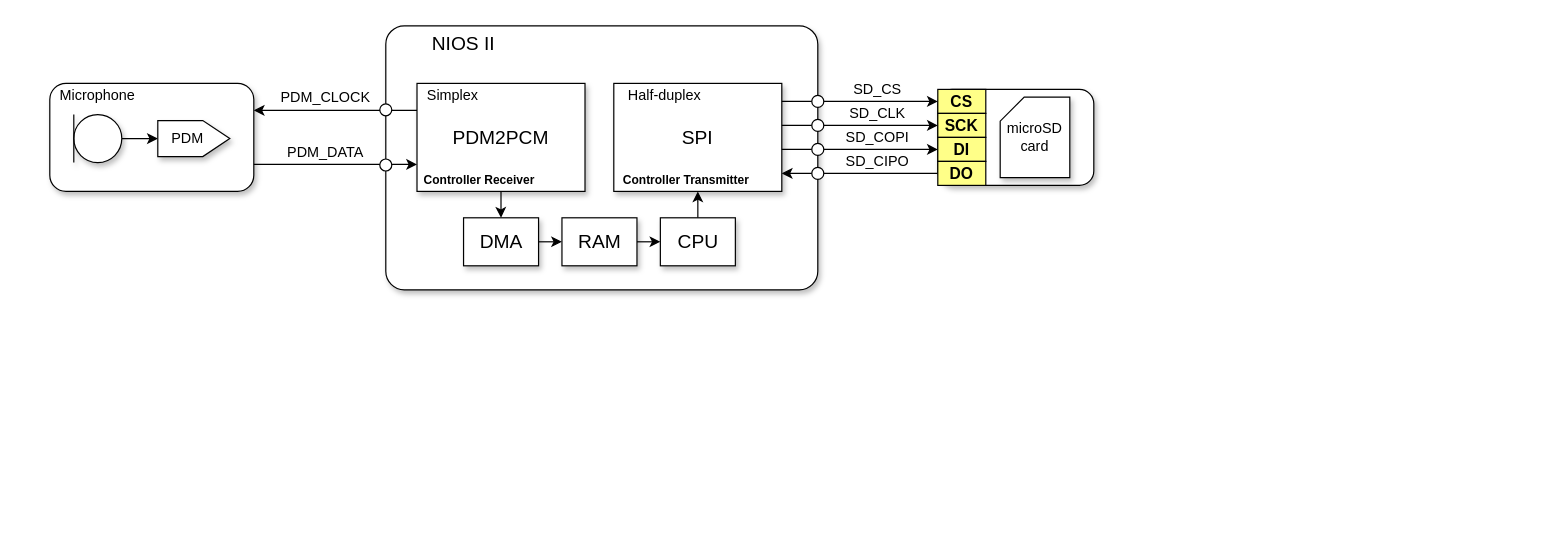
The draw.io diagram page "Sys" (2 of 7) of docs/system.drawio in Lwao/HDL4PDM2PCM, before the edit. Source tidied: cells renumbered, new cells numbered last; positions are measured from the earlier drawing's top-left corner, leaving out a move shared by most shapes. Both pictures are drawn from the tidied source at 120%, with x=0, y=0 at pixel (49, 25).
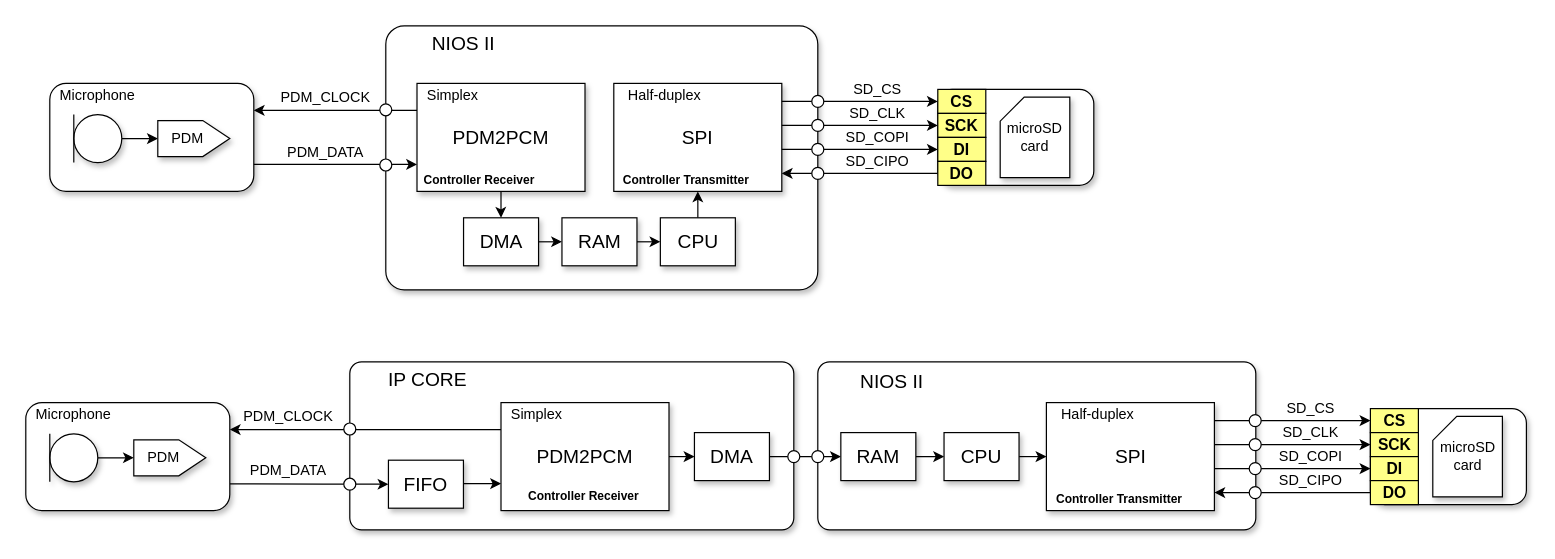
Above is the later version.

The edit, as a diff of the source:
```diff
@@
+    <mxCell id="46" style="rounded=1;arcSize=7;shadow=1;labelPosition=center;verticalLabelPosition=middle;align=center;verticalAlign=middle;html=1;whiteSpace=wrap;" parent="1" vertex="1">
+      <mxGeometry x="250" y="280" width="370" height="140" as="geometry" />
+    </mxCell>
@@
+    <mxCell id="47" value="&lt;font style=&quot;font-size: 16px&quot;&gt;IP CORE&lt;/font&gt;" style="text;html=1;strokeColor=none;fillColor=none;align=center;verticalAlign=middle;whiteSpace=wrap;rounded=0;shadow=1;" parent="1" vertex="1">
+      <mxGeometry x="270" y="285" width="90" height="20" as="geometry" />
+    </mxCell>
+    <mxCell id="48" style="edgeStyle=orthogonalEdgeStyle;rounded=0;jettySize=auto;html=1;exitX=0;exitY=0.25;exitDx=0;exitDy=0;startArrow=none;startFill=0;endArrow=classic;endFill=1;" parent="1" edge="1" source="52">
+      <mxGeometry relative="1" as="geometry">
+        <mxPoint x="150" y="336.5" as="targetPoint" />
+      </mxGeometry>
+    </mxCell>
+    <mxCell id="49" style="edgeStyle=orthogonalEdgeStyle;rounded=0;jettySize=auto;html=1;exitX=0;exitY=0.5;exitDx=0;exitDy=0;startArrow=classic;startFill=1;endArrow=none;endFill=0;" parent="1" edge="1" source="89">
+      <mxGeometry relative="1" as="geometry">
+        <mxPoint x="150" y="381.7" as="targetPoint" />
+        <Array as="points">
+          <mxPoint x="228" y="382" />
+        </Array>
+      </mxGeometry>
+    </mxCell>
+    <mxCell id="50" style="edgeStyle=orthogonalEdgeStyle;rounded=0;jettySize=auto;html=1;exitX=1;exitY=0.5;exitDx=0;exitDy=0;entryX=0;entryY=0.5;entryDx=0;entryDy=0;startArrow=none;startFill=0;endArrow=classic;endFill=1;" parent="1" edge="1" source="52" target="88">
+      <mxGeometry relative="1" as="geometry" />
+    </mxCell>
+    <mxCell id="51" style="edgeStyle=orthogonalEdgeStyle;rounded=0;jettySize=auto;html=1;exitX=0;exitY=0.75;exitDx=0;exitDy=0;startArrow=classic;startFill=1;endArrow=none;endFill=0;" parent="1" edge="1" source="52" target="89">
+      <mxGeometry relative="1" as="geometry">
+        <Array as="points">
+          <mxPoint x="370" y="382" />
+          <mxPoint x="370" y="382" />
+        </Array>
+      </mxGeometry>
+    </mxCell>
+    <mxCell id="52" value="&lt;span style=&quot;font-size: 16px&quot;&gt;PDM2PCM&lt;/span&gt;" style="rounded=1;whiteSpace=wrap;html=1;shadow=1;labelPosition=center;verticalLabelPosition=middle;align=center;verticalAlign=middle;arcSize=0;" parent="1" vertex="1">
+      <mxGeometry x="376" y="314" width="140" height="90" as="geometry" />
+    </mxCell>
+    <mxCell id="53" value="Simplex" style="text;html=1;strokeColor=none;fillColor=none;align=center;verticalAlign=middle;whiteSpace=wrap;rounded=0;shadow=1;" parent="1" vertex="1">
+      <mxGeometry x="376" y="314" width="60" height="20" as="geometry" />
+    </mxCell>
+    <mxCell id="54" value="&lt;b&gt;&lt;font style=&quot;font-size: 10px&quot;&gt;Controller Receiver&lt;/font&gt;&lt;/b&gt;" style="text;html=1;strokeColor=none;fillColor=none;align=left;verticalAlign=middle;whiteSpace=wrap;rounded=0;shadow=1;" parent="1" vertex="1">
+      <mxGeometry x="397.2" y="382" width="140" height="20" as="geometry" />
+    </mxCell>
+    <mxCell id="55" style="rounded=1;whiteSpace=wrap;html=1;shadow=1;labelPosition=center;verticalLabelPosition=top;align=left;verticalAlign=bottom;" parent="1" vertex="1">
+      <mxGeometry x="1100.5" y="319" width="130" height="80" as="geometry" />
+    </mxCell>
+    <mxCell id="56" style="rounded=1;arcSize=7;shadow=1;labelPosition=center;verticalLabelPosition=middle;align=center;verticalAlign=middle;html=1;whiteSpace=wrap;" parent="1" vertex="1">
+      <mxGeometry x="640" y="280" width="365" height="140" as="geometry" />
+    </mxCell>
+    <mxCell id="57" value="&lt;font style=&quot;font-size: 16px&quot;&gt;NIOS II&lt;/font&gt;" style="text;html=1;strokeColor=none;fillColor=none;align=center;verticalAlign=middle;whiteSpace=wrap;rounded=0;shadow=1;" parent="1" vertex="1">
+      <mxGeometry x="657.2" y="286" width="90" height="20" as="geometry" />
+    </mxCell>
+    <mxCell id="58" value="&lt;span style=&quot;font-size: 16px&quot;&gt;SPI&lt;/span&gt;" style="rounded=1;whiteSpace=wrap;html=1;shadow=1;labelPosition=center;verticalLabelPosition=middle;align=center;verticalAlign=middle;arcSize=0;" parent="1" vertex="1">
+      <mxGeometry x="830.5" y="314" width="140" height="90" as="geometry" />
+    </mxCell>
+    <mxCell id="59" value="Half-duplex" style="text;html=1;strokeColor=none;fillColor=none;align=center;verticalAlign=middle;whiteSpace=wrap;rounded=0;shadow=1;" parent="1" vertex="1">
+      <mxGeometry x="830.5" y="314" width="85" height="20" as="geometry" />
+    </mxCell>
+    <mxCell id="60" value="&lt;span style=&quot;font-size: 10px&quot;&gt;&lt;b&gt;Controller Transmitter&lt;/b&gt;&lt;/span&gt;" style="text;html=1;strokeColor=none;fillColor=none;align=left;verticalAlign=middle;whiteSpace=wrap;rounded=0;shadow=1;" parent="1" vertex="1">
+      <mxGeometry x="836.5" y="384" width="140" height="20" as="geometry" />
+    </mxCell>
+    <mxCell id="61" value="microSD card" style="shape=card;whiteSpace=wrap;html=1;size=20;shadow=1;" parent="1" vertex="1">
+      <mxGeometry x="1152.5" y="325.5" width="58" height="67" as="geometry" />
+    </mxCell>
+    <mxCell id="62" style="edgeStyle=orthogonalEdgeStyle;rounded=0;jettySize=auto;html=1;endArrow=none;endFill=0;startArrow=classic;startFill=1;" parent="1" edge="1" source="63">
+      <mxGeometry relative="1" as="geometry">
+        <mxPoint x="970.5" y="329" as="targetPoint" />
+      </mxGeometry>
+    </mxCell>
+    <mxCell id="63" value="&lt;b&gt;&lt;font style=&quot;font-size: 13px&quot;&gt;CS&lt;/font&gt;&lt;/b&gt;" style="rounded=0;whiteSpace=wrap;html=1;fillColor=#ffff88;direction=south;" parent="1" vertex="1">
+      <mxGeometry x="1100.5" y="319" width="40" height="20" as="geometry" />
+    </mxCell>
+    <mxCell id="64" style="edgeStyle=orthogonalEdgeStyle;rounded=0;jettySize=auto;html=1;exitX=0.5;exitY=1;exitDx=0;exitDy=0;endArrow=none;endFill=0;startArrow=classic;startFill=1;" parent="1" edge="1" source="65">
+      <mxGeometry relative="1" as="geometry">
+        <mxPoint x="970.5" y="349" as="targetPoint" />
+      </mxGeometry>
+    </mxCell>
+    <mxCell id="65" value="&lt;b&gt;&lt;font style=&quot;font-size: 13px&quot;&gt;SCK&lt;/font&gt;&lt;/b&gt;" style="rounded=0;whiteSpace=wrap;html=1;fillColor=#ffff88;direction=south;" parent="1" vertex="1">
+      <mxGeometry x="1100.5" y="339" width="40" height="20" as="geometry" />
+    </mxCell>
+    <mxCell id="66" style="edgeStyle=orthogonalEdgeStyle;rounded=0;jettySize=auto;html=1;endArrow=none;endFill=0;startArrow=classic;startFill=1;" parent="1" edge="1" source="67">
+      <mxGeometry relative="1" as="geometry">
+        <mxPoint x="970.5" y="369" as="targetPoint" />
+      </mxGeometry>
+    </mxCell>
+    <mxCell id="67" value="&lt;b&gt;&lt;font style=&quot;font-size: 13px&quot;&gt;DI&lt;/font&gt;&lt;/b&gt;" style="rounded=0;whiteSpace=wrap;html=1;fillColor=#ffff88;direction=south;" parent="1" vertex="1">
+      <mxGeometry x="1100.5" y="359" width="40" height="20" as="geometry" />
+    </mxCell>
+    <mxCell id="68" style="edgeStyle=orthogonalEdgeStyle;rounded=0;jettySize=auto;html=1;exitX=0.5;exitY=1;exitDx=0;exitDy=0;endArrow=classic;endFill=1;" parent="1" edge="1" source="69">
+      <mxGeometry relative="1" as="geometry">
+        <mxPoint x="970.5" y="389" as="targetPoint" />
+      </mxGeometry>
+    </mxCell>
+    <mxCell id="69" value="&lt;b&gt;&lt;font style=&quot;font-size: 13px&quot;&gt;DO&lt;/font&gt;&lt;/b&gt;" style="rounded=0;whiteSpace=wrap;html=1;fillColor=#ffff88;direction=south;" parent="1" vertex="1">
+      <mxGeometry x="1100.5" y="379" width="40" height="20" as="geometry" />
+    </mxCell>
+    <mxCell id="70" style="ellipse;whiteSpace=wrap;html=1;shadow=0;" parent="1" vertex="1">
+      <mxGeometry x="999.5" y="324" width="10" height="10" as="geometry" />
+    </mxCell>
+    <mxCell id="71" style="ellipse;whiteSpace=wrap;html=1;shadow=0;" parent="1" vertex="1">
+      <mxGeometry x="999.5" y="344" width="10" height="10" as="geometry" />
+    </mxCell>
+    <mxCell id="72" style="ellipse;whiteSpace=wrap;html=1;shadow=0;" parent="1" vertex="1">
+      <mxGeometry x="999.5" y="364" width="10" height="10" as="geometry" />
+    </mxCell>
+    <mxCell id="73" style="ellipse;whiteSpace=wrap;html=1;shadow=0;" parent="1" vertex="1">
+      <mxGeometry x="999.5" y="384" width="10" height="10" as="geometry" />
+    </mxCell>
+    <mxCell id="74" value="SD_CS" style="text;html=1;strokeColor=none;fillColor=none;align=center;verticalAlign=middle;whiteSpace=wrap;rounded=0;shadow=1;" parent="1" vertex="1">
+      <mxGeometry x="1010.5" y="309" width="80" height="20" as="geometry" />
+    </mxCell>
+    <mxCell id="75" value="SD_CLK" style="text;html=1;strokeColor=none;fillColor=none;align=center;verticalAlign=middle;whiteSpace=wrap;rounded=0;shadow=1;" parent="1" vertex="1">
+      <mxGeometry x="1010.5" y="329" width="80" height="20" as="geometry" />
+    </mxCell>
+    <mxCell id="76" value="SD_COPI" style="text;html=1;strokeColor=none;fillColor=none;align=center;verticalAlign=middle;whiteSpace=wrap;rounded=0;shadow=1;" parent="1" vertex="1">
+      <mxGeometry x="1010.5" y="349" width="80" height="20" as="geometry" />
+    </mxCell>
+    <mxCell id="77" value="SD_CIPO" style="text;html=1;strokeColor=none;fillColor=none;align=center;verticalAlign=middle;whiteSpace=wrap;rounded=0;shadow=1;" parent="1" vertex="1">
+      <mxGeometry x="1010.5" y="369" width="80" height="20" as="geometry" />
+    </mxCell>
+    <mxCell id="78" style="rounded=1;whiteSpace=wrap;html=1;shadow=1;labelPosition=center;verticalLabelPosition=top;align=left;verticalAlign=bottom;" parent="1" vertex="1">
+      <mxGeometry x="-20" y="314" width="170" height="90" as="geometry" />
+    </mxCell>
+    <mxCell id="79" style="edgeStyle=orthogonalEdgeStyle;rounded=0;jettySize=auto;html=1;" parent="1" edge="1" source="80" target="81">
+      <mxGeometry relative="1" as="geometry" />
+    </mxCell>
+    <mxCell id="80" style="verticalLabelPosition=bottom;shadow=1;dashed=0;align=center;html=1;verticalAlign=top;shape=mxgraph.electrical.radio.microphone_1;" parent="1" vertex="1">
+      <mxGeometry y="340" width="40" height="40" as="geometry" />
+    </mxCell>
+    <mxCell id="81" value="PDM&amp;nbsp; &amp;nbsp;" style="shape=offPageConnector;whiteSpace=wrap;html=1;direction=south;shadow=1;rotation=0;horizontal=1;verticalAlign=middle;flipH=1;" parent="1" vertex="1">
+      <mxGeometry x="70" y="345" width="60" height="30" as="geometry" />
+    </mxCell>
+    <mxCell id="82" value="Microphone" style="text;html=1;strokeColor=none;fillColor=none;align=center;verticalAlign=middle;whiteSpace=wrap;rounded=0;shadow=1;" parent="1" vertex="1">
+      <mxGeometry x="-10" y="314" width="60" height="20" as="geometry" />
+    </mxCell>
+    <mxCell id="83" value="PDM_CLOCK" style="text;html=1;strokeColor=none;fillColor=none;align=center;verticalAlign=middle;whiteSpace=wrap;rounded=0;shadow=1;" parent="1" vertex="1">
+      <mxGeometry x="159" y="316" width="80" height="20" as="geometry" />
+    </mxCell>
+    <mxCell id="84" value="PDM_DATA" style="text;html=1;strokeColor=none;fillColor=none;align=center;verticalAlign=middle;whiteSpace=wrap;rounded=0;shadow=1;" parent="1" vertex="1">
+      <mxGeometry x="159" y="361" width="80" height="20" as="geometry" />
+    </mxCell>
+    <mxCell id="85" style="ellipse;whiteSpace=wrap;html=1;shadow=0;" parent="1" vertex="1">
+      <mxGeometry x="245" y="331" width="10" height="10" as="geometry" />
+    </mxCell>
+    <mxCell id="86" style="ellipse;whiteSpace=wrap;html=1;shadow=0;" parent="1" vertex="1">
+      <mxGeometry x="245" y="377" width="10" height="10" as="geometry" />
+    </mxCell>
+    <mxCell id="87" style="edgeStyle=orthogonalEdgeStyle;rounded=0;jettySize=auto;html=1;exitX=1;exitY=0.5;exitDx=0;exitDy=0;startArrow=none;startFill=0;endArrow=classic;endFill=1;" parent="1" edge="1" source="88" target="93">
+      <mxGeometry relative="1" as="geometry" />
+    </mxCell>
+    <mxCell id="88" value="&lt;span style=&quot;font-size: 16px&quot;&gt;DMA&lt;/span&gt;" style="rounded=1;whiteSpace=wrap;html=1;shadow=1;labelPosition=center;verticalLabelPosition=middle;align=center;verticalAlign=middle;arcSize=0;" parent="1" vertex="1">
+      <mxGeometry x="537.2" y="339" width="62.5" height="40" as="geometry" />
+    </mxCell>
+    <mxCell id="89" value="&lt;span style=&quot;font-size: 16px&quot;&gt;FIFO&lt;/span&gt;" style="rounded=1;whiteSpace=wrap;html=1;shadow=1;labelPosition=center;verticalLabelPosition=middle;align=center;verticalAlign=middle;arcSize=0;" parent="1" vertex="1">
+      <mxGeometry x="282.2" y="362" width="62.5" height="40" as="geometry" />
+    </mxCell>
+    <mxCell id="90" style="edgeStyle=orthogonalEdgeStyle;rounded=0;jettySize=auto;html=1;exitX=1;exitY=0.5;exitDx=0;exitDy=0;entryX=0;entryY=0.5;entryDx=0;entryDy=0;startArrow=none;startFill=0;endArrow=classic;endFill=1;" parent="1" edge="1" source="91" target="58">
+      <mxGeometry relative="1" as="geometry" />
+    </mxCell>
+    <mxCell id="91" value="&lt;span style=&quot;font-size: 16px&quot;&gt;CPU&lt;/span&gt;" style="rounded=1;whiteSpace=wrap;html=1;shadow=1;labelPosition=center;verticalLabelPosition=middle;align=center;verticalAlign=middle;arcSize=0;" parent="1" vertex="1">
+      <mxGeometry x="745.2" y="339" width="62.5" height="40" as="geometry" />
+    </mxCell>
+    <mxCell id="92" style="edgeStyle=orthogonalEdgeStyle;rounded=0;jettySize=auto;html=1;entryX=0;entryY=0.5;entryDx=0;entryDy=0;startArrow=none;startFill=0;endArrow=classic;endFill=1;" parent="1" edge="1" source="93" target="91">
+      <mxGeometry relative="1" as="geometry" />
+    </mxCell>
+    <mxCell id="93" value="&lt;span style=&quot;font-size: 16px&quot;&gt;RAM&lt;/span&gt;" style="rounded=1;whiteSpace=wrap;html=1;shadow=1;labelPosition=center;verticalLabelPosition=middle;align=center;verticalAlign=middle;arcSize=0;" parent="1" vertex="1">
+      <mxGeometry x="659.2" y="339" width="62.5" height="40" as="geometry" />
+    </mxCell>
+    <mxCell id="94" style="ellipse;whiteSpace=wrap;html=1;shadow=0;" parent="1" vertex="1">
+      <mxGeometry x="615" y="354" width="10" height="10" as="geometry" />
+    </mxCell>
+    <mxCell id="95" style="ellipse;whiteSpace=wrap;html=1;shadow=0;" parent="1" vertex="1">
+      <mxGeometry x="635" y="354" width="10" height="10" as="geometry" />
+    </mxCell>
```
